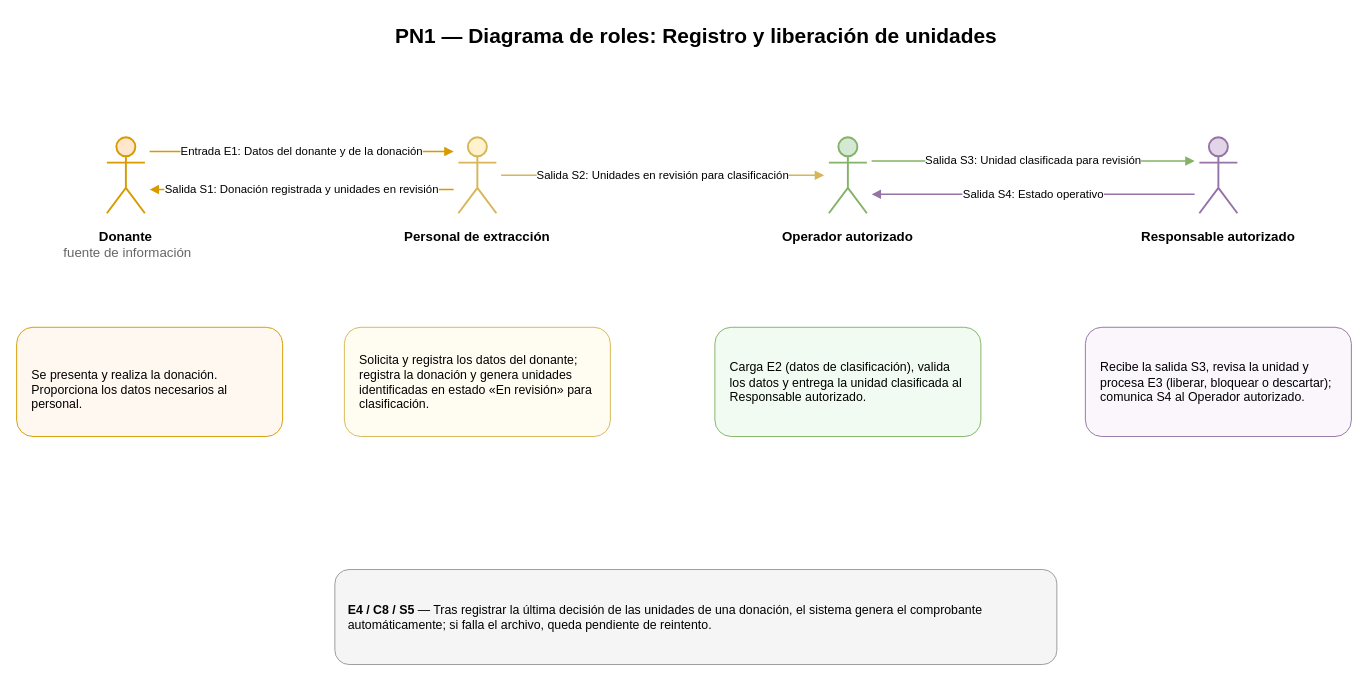
juanNH/Ingenieria-de-Software keeps this draw.io diagram as Diagramas/Secuencia de Roles/PN1_DiagramaRoles.drawio. Above is the earlier version. Source tidied: cells renumbered, new cells numbered last; positions are measured from the earlier drawing's top-left corner, leaving out a move shared by most shapes. Both pictures are drawn from the tidied source at 95%, with x=0, y=0 at pixel (16, 16).
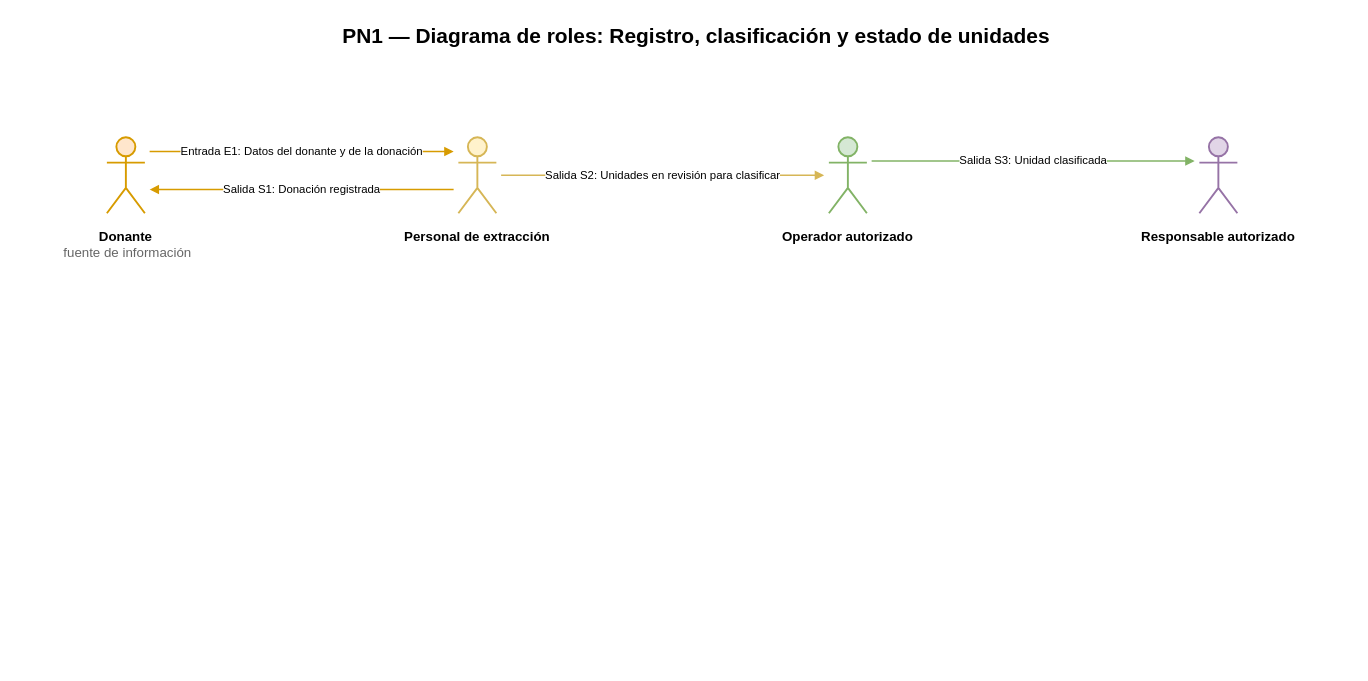
The same diagram, later.

Diff of the diagram source:
```diff
@@
-    <mxCell id="2" value="PN1 — Diagrama de roles: Registro y liberación de unidades" style="text;html=1;strokeColor=none;fillColor=none;fontStyle=1;fontSize=22;align=center;verticalAlign=middle;fontFamily=Arial;" parent="1" vertex="1">
+    <mxCell id="2" value="PN1 — Diagrama de roles: Registro, clasificación y estado de unidades" style="text;html=1;strokeColor=none;fillColor=none;fontStyle=1;fontSize=22;align=center;verticalAlign=middle;fontFamily=Arial;" parent="1" vertex="1">
       <mxGeometry x="145" width="1140" height="42" as="geometry" />
     </mxCell>
@@
-    <mxCell id="6" value="&lt;b&gt;Personal de extracción&lt;/b&gt;&lt;div&gt;&lt;br/&gt;&lt;/div&gt;" style="text;html=1;strokeColor=none;fillColor=none;fontSize=14;fontFamily=Arial;align=center;verticalAlign=top;whiteSpace=wrap;" parent="1" vertex="1">
-      <mxGeometry x="355" y="217" width="260" height="55" as="geometry" />
+    <mxCell id="6" value="&lt;b&gt;Personal de extracción&lt;/b&gt;" style="text;html=1;strokeColor=none;fillColor=none;fontSize=14;fontFamily=Arial;align=center;verticalAlign=top;whiteSpace=wrap;" parent="1" vertex="1">
+      <mxGeometry x="355" y="217" width="260" height="40" as="geometry" />
     </mxCell>
@@
-    <mxCell id="8" value="&lt;b&gt;Operador autorizado&lt;/b&gt;&lt;div&gt;&lt;br/&gt;&lt;/div&gt;" style="text;html=1;strokeColor=none;fillColor=none;fontSize=14;fontFamily=Arial;align=center;verticalAlign=top;whiteSpace=wrap;" parent="1" vertex="1">
-      <mxGeometry x="745" y="217" width="260" height="55" as="geometry" />
+    <mxCell id="8" value="&lt;b&gt;Operador autorizado&lt;/b&gt;" style="text;html=1;strokeColor=none;fillColor=none;fontSize=14;fontFamily=Arial;align=center;verticalAlign=top;whiteSpace=wrap;" parent="1" vertex="1">
+      <mxGeometry x="745" y="217" width="260" height="40" as="geometry" />
     </mxCell>
@@
-    <mxCell id="10" value="&lt;b&gt;Responsable autorizado&lt;/b&gt;&lt;div&gt;&lt;br/&gt;&lt;/div&gt;" style="text;html=1;strokeColor=none;fillColor=none;fontSize=14;fontFamily=Arial;align=center;verticalAlign=top;whiteSpace=wrap;" parent="1" vertex="1">
-      <mxGeometry x="1125" y="217" width="280" height="55" as="geometry" />
+    <mxCell id="10" value="&lt;b&gt;Responsable autorizado&lt;/b&gt;" style="text;html=1;strokeColor=none;fillColor=none;fontSize=14;fontFamily=Arial;align=center;verticalAlign=top;whiteSpace=wrap;" parent="1" vertex="1">
+      <mxGeometry x="1125" y="217" width="280" height="40" as="geometry" />
     </mxCell>
@@
-    <mxCell id="12" value="Salida S1: Donación registrada y unidades en revisión" style="edgeStyle=orthogonalEdgeStyle;rounded=0;html=1;endArrow=block;endFill=1;strokeColor=#d79b00;strokeWidth=1.5;fontSize=12;fontFamily=Arial;labelBackgroundColor=#ffffff;" parent="1" edge="1">
+    <mxCell id="12" value="Salida S1: Donación registrada" style="edgeStyle=orthogonalEdgeStyle;rounded=0;html=1;endArrow=block;endFill=1;strokeColor=#d79b00;strokeWidth=1.5;fontSize=12;fontFamily=Arial;labelBackgroundColor=#ffffff;" parent="1" edge="1">
       <mxGeometry relative="1" as="geometry">
         <mxPoint x="460" y="182" as="sourcePoint" />
         <mxPoint x="140" y="182" as="targetPoint" />
       </mxGeometry>
     </mxCell>
-    <mxCell id="13" value="Salida S2: Unidades en revisión para clasificación" style="edgeStyle=orthogonalEdgeStyle;rounded=0;html=1;endArrow=block;endFill=1;strokeColor=#d6b656;strokeWidth=1.5;fontSize=12;fontFamily=Arial;labelBackgroundColor=#ffffff;" parent="1" edge="1">
+    <mxCell id="13" value="Salida S2: Unidades en revisión para clasificar" style="edgeStyle=orthogonalEdgeStyle;rounded=0;html=1;endArrow=block;endFill=1;strokeColor=#d6b656;strokeWidth=1.5;fontSize=12;fontFamily=Arial;labelBackgroundColor=#ffffff;" parent="1" edge="1">
       <mxGeometry relative="1" as="geometry">
         <mxPoint x="510" y="167" as="sourcePoint" />
         <mxPoint x="850" y="167" as="targetPoint" />
       </mxGeometry>
     </mxCell>
-    <mxCell id="14" value="Salida S3: Unidad clasificada para revisión" style="edgeStyle=orthogonalEdgeStyle;rounded=0;html=1;endArrow=block;endFill=1;strokeColor=#82b366;strokeWidth=1.5;fontSize=12;fontFamily=Arial;labelBackgroundColor=#ffffff;" parent="1" edge="1">
+    <mxCell id="14" value="Salida S3: Unidad clasificada" style="edgeStyle=orthogonalEdgeStyle;rounded=0;html=1;endArrow=block;endFill=1;strokeColor=#82b366;strokeWidth=1.5;fontSize=12;fontFamily=Arial;labelBackgroundColor=#ffffff;" parent="1" edge="1">
       <mxGeometry relative="1" as="geometry">
         <mxPoint x="900" y="152" as="sourcePoint" />
         <mxPoint x="1240" y="152" as="targetPoint" />
       </mxGeometry>
     </mxCell>
-    <mxCell id="15" value="Salida S4: Estado operativo" style="edgeStyle=orthogonalEdgeStyle;rounded=0;html=1;endArrow=block;endFill=1;strokeColor=#9673a6;strokeWidth=1.5;fontSize=12;fontFamily=Arial;labelBackgroundColor=#ffffff;" parent="1" edge="1">
-      <mxGeometry relative="1" as="geometry">
-        <mxPoint x="1240" y="187" as="sourcePoint" />
-        <mxPoint x="900" y="187" as="targetPoint" />
-      </mxGeometry>
-    </mxCell>
-    <mxCell id="16" value="&lt;br&gt;Se presenta y realiza la donación. Proporciona los datos necesarios al personal." style="rounded=1;whiteSpace=wrap;html=1;fillColor=#fff8f0;strokeColor=#d79b00;fontSize=13;fontFamily=Arial;align=left;verticalAlign=middle;spacingLeft=14;spacingRight=14;" parent="1" vertex="1">
-      <mxGeometry y="327" width="280" height="115" as="geometry" />
-    </mxCell>
-    <mxCell id="17" value="Solicita y registra los datos del donante; registra la donación y genera unidades identificadas en estado «En revisión» para clasificación." style="rounded=1;whiteSpace=wrap;html=1;fillColor=#fffdf2;strokeColor=#d6b656;fontSize=13;fontFamily=Arial;align=left;verticalAlign=middle;spacingLeft=14;spacingRight=14;" parent="1" vertex="1">
-      <mxGeometry x="345" y="327" width="280" height="115" as="geometry" />
-    </mxCell>
-    <mxCell id="18" value="Carga E2 (datos de clasificación), valida los datos y entrega la unidad clasificada al Responsable autorizado." style="rounded=1;whiteSpace=wrap;html=1;fillColor=#f2fbf1;strokeColor=#82b366;fontSize=13;fontFamily=Arial;align=left;verticalAlign=middle;spacingLeft=14;spacingRight=14;" parent="1" vertex="1">
-      <mxGeometry x="735" y="327" width="280" height="115" as="geometry" />
-    </mxCell>
-    <mxCell id="19" value="Recibe la salida S3, revisa la unidad y procesa E3 (liberar, bloquear o descartar); comunica S4 al Operador autorizado." style="rounded=1;whiteSpace=wrap;html=1;fillColor=#faf6fc;strokeColor=#9673a6;fontSize=13;fontFamily=Arial;align=left;verticalAlign=middle;spacingLeft=14;spacingRight=14;" parent="1" vertex="1">
-      <mxGeometry x="1125" y="327" width="280" height="115" as="geometry" />
-    </mxCell>
-    <mxCell id="20" value="&lt;b&gt;E4 / C8 / S5&lt;/b&gt; — Tras registrar la última decisión de las unidades de una donación, el sistema genera el comprobante automáticamente; si falla el archivo, queda pendiente de reintento." style="rounded=1;whiteSpace=wrap;html=1;fillColor=#f5f5f5;strokeColor=#999999;fontSize=13;fontFamily=Arial;align=left;verticalAlign=middle;spacingLeft=12;spacingRight=12;" parent="1" vertex="1">
-      <mxGeometry x="335" y="582" width="760" height="100" as="geometry" />
-    </mxCell>
```
